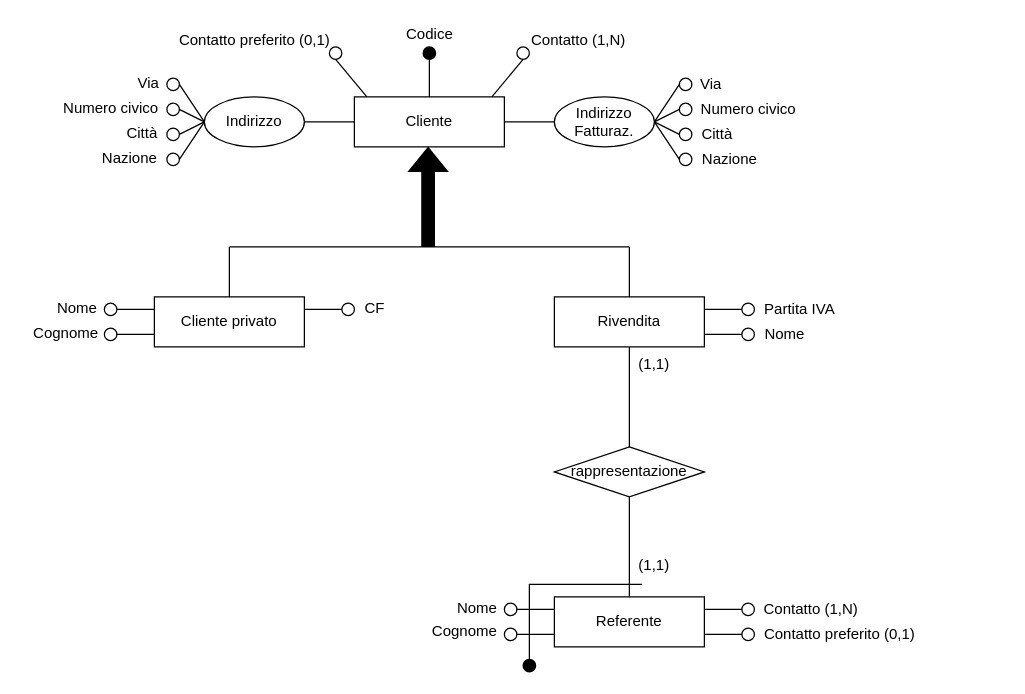
The draw.io diagram ER-diagrams/ER-Clienti-bis.drawio in nic-agos/Verde-S.R.L, before the edit. Source tidied: cells renumbered, new cells numbered last; positions are measured from the earlier drawing's top-left corner, leaving out a move shared by most shapes. Both pictures are drawn from the tidied source at 125%, with x=0, y=0 at pixel (21, 21).
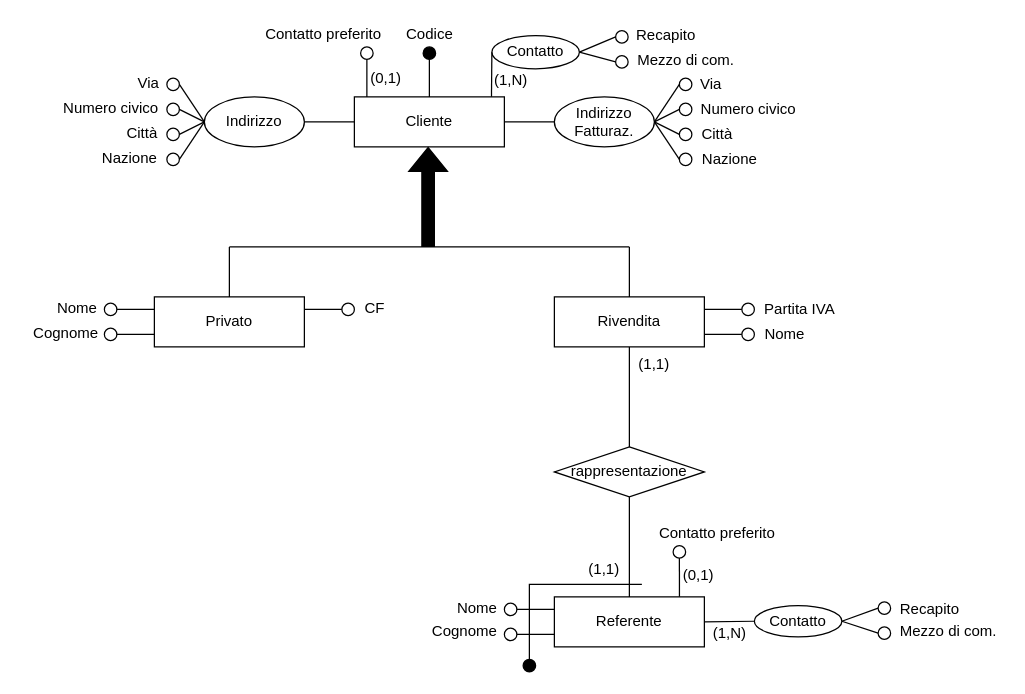
Above is the later version.

The change refers to these unchanged cells:
```xml
<mxCell id="2" value="Cliente" style="rounded=0;whiteSpace=wrap;html=1;strokeWidth=1;perimeterSpacing=0;" parent="1" vertex="1">
  <mxGeometry x="266" y="60" width="120" height="40" as="geometry" />
</mxCell>
<mxCell id="61" value="Referente" style="rounded=0;whiteSpace=wrap;html=1;strokeWidth=1;perimeterSpacing=0;" parent="1" vertex="1">
  <mxGeometry x="426" y="460" width="120" height="40" as="geometry" />
</mxCell>
```

The edit, as a diff of the source:
```diff
@@
-    <mxCell id="6" style="endArrow=none;html=1;rounded=0;fillColor=#000000;entryX=0.166;entryY=0;entryDx=0;entryDy=0;entryPerimeter=0;exitX=0.5;exitY=1;exitDx=0;exitDy=0;" parent="1" edge="1" source="7">
-      <mxGeometry relative="1" as="geometry">
-        <mxPoint x="376" y="60" as="targetPoint" />
-      </mxGeometry>
-    </mxCell>
-    <mxCell id="7" style="ellipse;whiteSpace=wrap;html=1;strokeWidth=1;fillColor=none;" parent="1" vertex="1">
-      <mxGeometry x="396" y="20" width="10" height="10" as="geometry" />
-    </mxCell>
-    <mxCell id="8" value="Contatto (1,N)" style="text;html=1;align=center;verticalAlign=middle;strokeColor=none;fillColor=none;" parent="1" vertex="1">
-      <mxGeometry x="400" y="5" width="90" height="20" as="geometry" />
-    </mxCell>
@@
     <mxCell id="37" style="ellipse;whiteSpace=wrap;html=1;strokeWidth=1;fillColor=none;" parent="1" vertex="1">
-      <mxGeometry x="246" y="20" width="10" height="10" as="geometry" />
+      <mxGeometry x="271" y="20" width="10" height="10" as="geometry" />
     </mxCell>
@@
-    <mxCell id="39" value="Contatto preferito (0,1)" style="text;html=1;align=center;verticalAlign=middle;strokeColor=none;fillColor=none;" parent="1" vertex="1">
-      <mxGeometry x="116" y="5" width="140" height="20" as="geometry" />
+    <mxCell id="39" value="Contatto preferito" style="text;html=1;align=center;verticalAlign=middle;strokeColor=none;fillColor=none;" parent="1" vertex="1">
+      <mxGeometry x="186" width="110" height="20" as="geometry" />
     </mxCell>
-    <mxCell id="40" value="Cliente privato" style="rounded=0;whiteSpace=wrap;html=1;strokeWidth=1;perimeterSpacing=0;" parent="1" vertex="1">
+    <mxCell id="40" value="Privato" style="rounded=0;whiteSpace=wrap;html=1;strokeWidth=1;perimeterSpacing=0;" parent="1" vertex="1">
       <mxGeometry x="106" y="220" width="120" height="40" as="geometry" />
     </mxCell>
@@
-    <mxCell id="71" value="Contatto (1,N)" style="text;html=1;align=center;verticalAlign=middle;strokeColor=none;fillColor=none;" parent="1" vertex="1">
-      <mxGeometry x="586" y="460" width="90" height="20" as="geometry" />
-    </mxCell>
-    <mxCell id="72" value="Contatto preferito (0,1)" style="text;html=1;align=center;verticalAlign=middle;strokeColor=none;fillColor=none;" parent="1" vertex="1">
-      <mxGeometry x="584" y="480" width="140" height="20" as="geometry" />
+    <mxCell id="72" value="Contatto preferito" style="text;html=1;align=center;verticalAlign=middle;strokeColor=none;fillColor=none;" parent="1" vertex="1">
+      <mxGeometry x="501" y="399" width="110" height="20" as="geometry" />
     </mxCell>
-    <mxCell id="73" style="ellipse;whiteSpace=wrap;html=1;strokeWidth=1;fillColor=none;" parent="1" vertex="1">
-      <mxGeometry x="576" y="465" width="10" height="10" as="geometry" />
-    </mxCell>
     <mxCell id="74" style="ellipse;whiteSpace=wrap;html=1;strokeWidth=1;fillColor=none;" parent="1" vertex="1">
-      <mxGeometry x="576" y="485" width="10" height="10" as="geometry" />
+      <mxGeometry x="521" y="419" width="10" height="10" as="geometry" />
     </mxCell>
-    <mxCell id="75" style="endArrow=none;html=1;rounded=0;fillColor=#000000;entryX=0;entryY=0.5;entryDx=0;entryDy=0;exitX=1;exitY=0.25;exitDx=0;exitDy=0;" parent="1" edge="1" target="73">
-      <mxGeometry relative="1" as="geometry">
-        <mxPoint x="546" y="470" as="sourcePoint" />
-      </mxGeometry>
+    <mxCell id="75" style="endArrow=none;html=1;rounded=0;fillColor=#000000;entryX=0;entryY=0.5;entryDx=0;entryDy=0;exitX=1;exitY=0.5;exitDx=0;exitDy=0;" parent="1" edge="1" source="61" target="81">
+      <mxGeometry relative="1" as="geometry" />
     </mxCell>
-    <mxCell id="76" style="endArrow=none;html=1;rounded=0;fillColor=#000000;exitX=1;exitY=0.75;exitDx=0;exitDy=0;entryX=0;entryY=0.5;entryDx=0;entryDy=0;" parent="1" edge="1" target="74">
-      <mxGeometry relative="1" as="geometry">
-        <mxPoint x="546" y="490" as="sourcePoint" />
-      </mxGeometry>
-    </mxCell>
@@
     <mxCell id="80" value="(1,1)" style="text;html=1;strokeColor=none;fillColor=none;align=center;verticalAlign=middle;whiteSpace=wrap;rounded=0;" parent="1" vertex="1">
-      <mxGeometry x="476" y="420" width="60" height="30" as="geometry" />
+      <mxGeometry x="436" y="423" width="60" height="30" as="geometry" />
     </mxCell>
+    <mxCell id="81" value="Contatto" style="ellipse;whiteSpace=wrap;html=1;" parent="1" vertex="1">
+      <mxGeometry x="586" y="467" width="70" height="25" as="geometry" />
+    </mxCell>
+    <mxCell id="82" value="(1,N)" style="text;html=1;align=center;verticalAlign=middle;strokeColor=none;fillColor=none;" parent="1" vertex="1">
+      <mxGeometry x="546" y="479" width="40" height="20" as="geometry" />
+    </mxCell>
+    <mxCell id="83" style="ellipse;whiteSpace=wrap;html=1;strokeWidth=1;fillColor=none;" parent="1" vertex="1">
+      <mxGeometry x="685" y="464" width="10" height="10" as="geometry" />
+    </mxCell>
+    <mxCell id="84" style="ellipse;whiteSpace=wrap;html=1;strokeWidth=1;fillColor=none;" parent="1" vertex="1">
+      <mxGeometry x="685" y="484" width="10" height="10" as="geometry" />
+    </mxCell>
+    <mxCell id="85" style="endArrow=none;html=1;rounded=0;entryX=0;entryY=0.5;entryDx=0;entryDy=0;exitX=1;exitY=0.5;exitDx=0;exitDy=0;" parent="1" edge="1" source="81" target="83">
+      <mxGeometry relative="1" as="geometry" />
+    </mxCell>
+    <mxCell id="86" style="endArrow=none;html=1;rounded=0;entryX=0;entryY=0.5;entryDx=0;entryDy=0;exitX=1;exitY=0.5;exitDx=0;exitDy=0;" parent="1" edge="1" source="81" target="84">
+      <mxGeometry relative="1" as="geometry" />
+    </mxCell>
+    <mxCell id="87" value="Recapito" style="text;html=1;align=center;verticalAlign=middle;strokeColor=none;fillColor=none;" parent="1" vertex="1">
+      <mxGeometry x="696" y="460" width="60" height="20" as="geometry" />
+    </mxCell>
+    <mxCell id="88" value="Mezzo di com." style="text;html=1;align=center;verticalAlign=middle;strokeColor=none;fillColor=none;" parent="1" vertex="1">
+      <mxGeometry x="696" y="478" width="90" height="20" as="geometry" />
+    </mxCell>
+    <mxCell id="89" value="(0,1)" style="text;html=1;align=center;verticalAlign=middle;strokeColor=none;fillColor=none;" parent="1" vertex="1">
+      <mxGeometry x="521" y="433" width="40" height="20" as="geometry" />
+    </mxCell>
+    <mxCell id="90" value="(0,1)" style="text;html=1;align=center;verticalAlign=middle;strokeColor=none;fillColor=none;" parent="1" vertex="1">
+      <mxGeometry x="271" y="35" width="40" height="20" as="geometry" />
+    </mxCell>
+    <mxCell id="91" value="Contatto" style="ellipse;whiteSpace=wrap;html=1;" parent="1" vertex="1">
+      <mxGeometry x="376" y="11" width="70" height="26.5" as="geometry" />
+    </mxCell>
+    <mxCell id="92" style="ellipse;whiteSpace=wrap;html=1;strokeWidth=1;fillColor=none;" parent="1" vertex="1">
+      <mxGeometry x="475" y="7" width="10" height="10" as="geometry" />
+    </mxCell>
+    <mxCell id="93" style="ellipse;whiteSpace=wrap;html=1;strokeWidth=1;fillColor=none;" parent="1" vertex="1">
+      <mxGeometry x="475" y="27" width="10" height="10" as="geometry" />
+    </mxCell>
+    <mxCell id="94" style="endArrow=none;html=1;rounded=0;entryX=0;entryY=0.5;entryDx=0;entryDy=0;exitX=1;exitY=0.5;exitDx=0;exitDy=0;" parent="1" edge="1" source="91" target="92">
+      <mxGeometry relative="1" as="geometry" />
+    </mxCell>
+    <mxCell id="95" style="endArrow=none;html=1;rounded=0;entryX=0;entryY=0.5;entryDx=0;entryDy=0;exitX=1;exitY=0.5;exitDx=0;exitDy=0;" parent="1" edge="1" source="91" target="93">
+      <mxGeometry relative="1" as="geometry" />
+    </mxCell>
+    <mxCell id="96" value="Recapito" style="text;html=1;align=center;verticalAlign=middle;strokeColor=none;fillColor=none;" parent="1" vertex="1">
+      <mxGeometry x="485" y="1" width="60" height="20" as="geometry" />
+    </mxCell>
+    <mxCell id="97" value="Mezzo di com." style="text;html=1;align=center;verticalAlign=middle;strokeColor=none;fillColor=none;" parent="1" vertex="1">
+      <mxGeometry x="486" y="21" width="90" height="20" as="geometry" />
+    </mxCell>
+    <mxCell id="98" style="endArrow=none;html=1;rounded=0;exitX=0.914;exitY=-0.002;exitDx=0;exitDy=0;exitPerimeter=0;entryX=0;entryY=0.5;entryDx=0;entryDy=0;" parent="1" edge="1" source="2" target="91">
+      <mxGeometry relative="1" as="geometry" />
+    </mxCell>
+    <mxCell id="99" style="endArrow=none;html=1;rounded=0;entryX=0.5;entryY=1;entryDx=0;entryDy=0;exitX=0.834;exitY=-0.003;exitDx=0;exitDy=0;exitPerimeter=0;" parent="1" edge="1" source="61" target="74">
+      <mxGeometry relative="1" as="geometry" />
+    </mxCell>
+    <mxCell id="100" value="(1,N)" style="text;html=1;align=center;verticalAlign=middle;strokeColor=none;fillColor=none;" parent="1" vertex="1">
+      <mxGeometry x="371" y="37" width="40" height="20" as="geometry" />
+    </mxCell>
```
